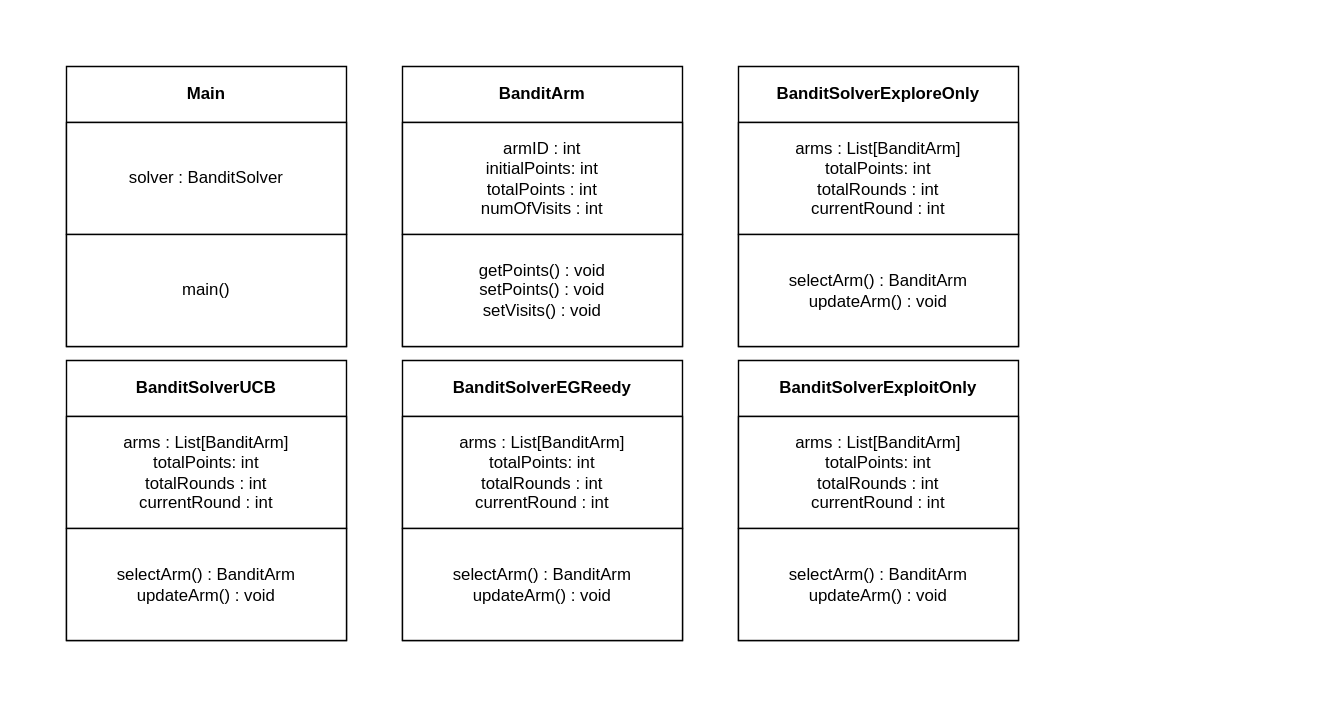
DanciuA004/Year3Project keeps this draw.io diagram as documents/Bandit UML.drawio. Above is the earlier version. Source tidied: cells renumbered, new cells numbered last; positions are measured from the earlier drawing's top-left corner, leaving out a move shared by most shapes. Both pictures are drawn from the tidied source at 140%, with x=0, y=0 at pixel (66, 66).
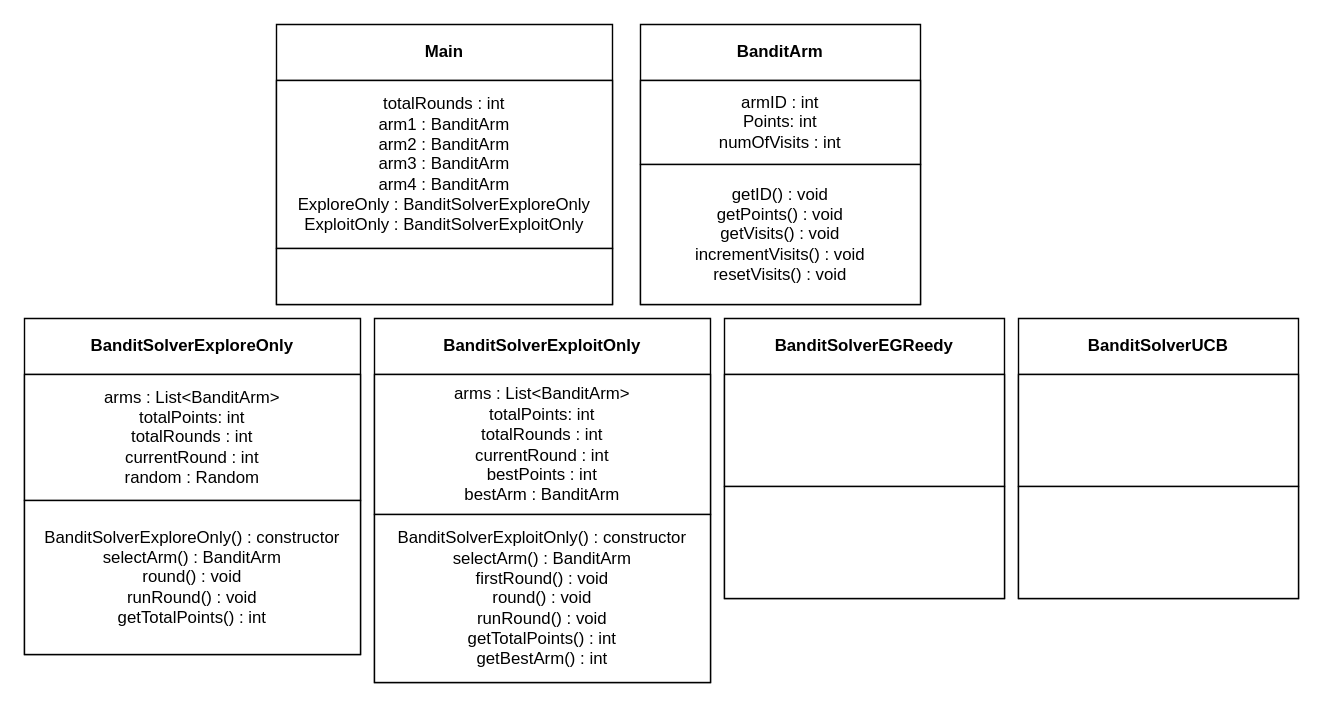
Above is the later version.

Commit message (it also covers changes not shown here):
Update the UML to current code and moved around some variables for aesthetics

Diff of the diagram source:
```diff
@@
 <mxGraphModel>
   <root>
     <mxCell id="0" />
     <mxCell id="1" parent="0" />
     <mxCell id="2" value="Main" style="swimlane;whiteSpace=wrap;html=1;startSize=40;" parent="1" vertex="1">
-      <mxGeometry width="200" height="200" as="geometry" />
+      <mxGeometry x="150" y="-30" width="240" height="200" as="geometry" />
     </mxCell>
-    <mxCell id="3" value="solver : BanditSolver" style="whiteSpace=wrap;html=1;" parent="2" vertex="1">
-      <mxGeometry y="40" width="200" height="80" as="geometry" />
+    <mxCell id="3" value="totalRounds : int&lt;br&gt;arm1 : BanditArm&lt;br&gt;arm2 : BanditArm&lt;br&gt;arm3 : BanditArm&lt;br&gt;arm4 : BanditArm&lt;br&gt;ExploreOnly :&amp;nbsp;BanditSolverExploreOnly&lt;br&gt;ExploitOnly : BanditSolverExploitOnly" style="whiteSpace=wrap;html=1;" parent="2" vertex="1">
+      <mxGeometry y="40" width="240" height="120" as="geometry" />
     </mxCell>
-    <mxCell id="4" value="main()" style="whiteSpace=wrap;html=1;" parent="2" vertex="1">
-      <mxGeometry y="120" width="200" height="80" as="geometry" />
+    <mxCell id="4" style="whiteSpace=wrap;html=1;" parent="2" vertex="1">
+      <mxGeometry y="160" width="240" height="40" as="geometry" />
     </mxCell>
     <mxCell id="5" value="BanditArm" style="swimlane;whiteSpace=wrap;html=1;startSize=40;" parent="1" vertex="1">
-      <mxGeometry x="240" width="200" height="200" as="geometry" />
+      <mxGeometry x="410" y="-30" width="200" height="200" as="geometry" />
     </mxCell>
-    <mxCell id="6" value="armID : int&lt;br&gt;initialPoints: int&lt;br&gt;totalPoints : int&lt;br&gt;numOfVisits : int" style="whiteSpace=wrap;html=1;" parent="5" vertex="1">
-      <mxGeometry y="40" width="200" height="80" as="geometry" />
+    <mxCell id="6" value="armID : int&lt;br&gt;Points: int&lt;br&gt;numOfVisits : int" style="whiteSpace=wrap;html=1;" parent="5" vertex="1">
+      <mxGeometry y="40" width="200" height="60" as="geometry" />
     </mxCell>
-    <mxCell id="7" value="getPoints() : void&lt;br&gt;setPoints() : void&lt;br&gt;setVisits() : void" style="whiteSpace=wrap;html=1;" parent="5" vertex="1">
-      <mxGeometry y="120" width="200" height="80" as="geometry" />
+    <mxCell id="7" value="getID() : void&lt;br&gt;getPoints() : void&lt;br&gt;getVisits() : void&lt;br&gt;incrementVisits() : void&lt;br&gt;resetVisits() : void" style="whiteSpace=wrap;html=1;" parent="5" vertex="1">
+      <mxGeometry y="100" width="200" height="100" as="geometry" />
     </mxCell>
     <mxCell id="8" value="BanditSolverExploreOnly" style="swimlane;whiteSpace=wrap;html=1;startSize=40;" parent="1" vertex="1">
-      <mxGeometry x="480" width="200" height="200" as="geometry" />
+      <mxGeometry x="-30" y="180" width="240" height="240" as="geometry" />
     </mxCell>
-    <mxCell id="9" value="arms : List[BanditArm]&lt;br&gt;totalPoints: int&lt;br&gt;totalRounds : int&lt;br&gt;currentRound : int" style="whiteSpace=wrap;html=1;" parent="8" vertex="1">
-      <mxGeometry y="40" width="200" height="80" as="geometry" />
+    <mxCell id="9" value="arms : List&amp;lt;BanditArm&amp;gt;&lt;br&gt;totalPoints: int&lt;br&gt;totalRounds : int&lt;br&gt;currentRound : int&lt;br&gt;random : Random" style="whiteSpace=wrap;html=1;" parent="8" vertex="1">
+      <mxGeometry y="40" width="240" height="90" as="geometry" />
     </mxCell>
-    <mxCell id="10" value="selectArm() : BanditArm&lt;br&gt;updateArm() : void" style="whiteSpace=wrap;html=1;" parent="8" vertex="1">
-      <mxGeometry y="120" width="200" height="80" as="geometry" />
+    <mxCell id="10" value="BanditSolverExploreOnly() : constructor&lt;br&gt;selectArm() : BanditArm&lt;br&gt;round() : void&lt;br&gt;runRound() : void&lt;br&gt;getTotalPoints() : int" style="whiteSpace=wrap;html=1;" parent="8" vertex="1">
+      <mxGeometry y="130" width="240" height="110" as="geometry" />
     </mxCell>
     <mxCell id="11" value="BanditSolverEGReedy" style="swimlane;whiteSpace=wrap;html=1;startSize=40;" parent="1" vertex="1">
-      <mxGeometry x="240" y="210" width="200" height="200" as="geometry" />
+      <mxGeometry x="470" y="180" width="200" height="200" as="geometry" />
     </mxCell>
-    <mxCell id="12" value="arms : List[BanditArm]&lt;br&gt;totalPoints: int&lt;br&gt;totalRounds : int&lt;br&gt;currentRound : int" style="whiteSpace=wrap;html=1;" parent="11" vertex="1">
+    <mxCell id="12" style="whiteSpace=wrap;html=1;" parent="11" vertex="1">
       <mxGeometry y="40" width="200" height="80" as="geometry" />
     </mxCell>
-    <mxCell id="13" value="selectArm() : BanditArm&lt;br&gt;updateArm() : void" style="whiteSpace=wrap;html=1;" parent="11" vertex="1">
+    <mxCell id="13" style="whiteSpace=wrap;html=1;" parent="11" vertex="1">
       <mxGeometry y="120" width="200" height="80" as="geometry" />
     </mxCell>
     <mxCell id="14" value="BanditSolverUCB" style="swimlane;whiteSpace=wrap;html=1;startSize=40;" parent="1" vertex="1">
-      <mxGeometry y="210" width="200" height="200" as="geometry" />
+      <mxGeometry x="680" y="180" width="200" height="200" as="geometry" />
     </mxCell>
-    <mxCell id="15" value="arms : List[BanditArm]&lt;br&gt;totalPoints: int&lt;br&gt;totalRounds : int&lt;br&gt;currentRound : int" style="whiteSpace=wrap;html=1;" parent="14" vertex="1">
+    <mxCell id="15" style="whiteSpace=wrap;html=1;" parent="14" vertex="1">
       <mxGeometry y="40" width="200" height="80" as="geometry" />
     </mxCell>
-    <mxCell id="16" value="selectArm() : BanditArm&lt;br&gt;updateArm() : void" style="whiteSpace=wrap;html=1;" parent="14" vertex="1">
+    <mxCell id="16" style="whiteSpace=wrap;html=1;" parent="14" vertex="1">
       <mxGeometry y="120" width="200" height="80" as="geometry" />
     </mxCell>
     <mxCell id="17" value="BanditSolverExploitOnly" style="swimlane;whiteSpace=wrap;html=1;startSize=40;" parent="1" vertex="1">
-      <mxGeometry x="480" y="210" width="200" height="200" as="geometry" />
+      <mxGeometry x="220" y="180" width="240" height="260" as="geometry" />
     </mxCell>
-    <mxCell id="18" value="arms : List[BanditArm]&lt;br&gt;totalPoints: int&lt;br&gt;totalRounds : int&lt;br&gt;currentRound : int" style="whiteSpace=wrap;html=1;" parent="17" vertex="1">
-      <mxGeometry y="40" width="200" height="80" as="geometry" />
+    <mxCell id="18" value="arms : List&amp;lt;BanditArm&amp;gt;&lt;br&gt;totalPoints: int&lt;br&gt;totalRounds : int&lt;br&gt;currentRound : int&lt;br&gt;bestPoints : int&lt;br&gt;bestArm : BanditArm" style="whiteSpace=wrap;html=1;" parent="17" vertex="1">
+      <mxGeometry y="40" width="240" height="100" as="geometry" />
     </mxCell>
-    <mxCell id="19" value="selectArm() : BanditArm&lt;br&gt;updateArm() : void" style="whiteSpace=wrap;html=1;" parent="17" vertex="1">
-      <mxGeometry y="120" width="200" height="80" as="geometry" />
+    <mxCell id="19" value="BanditSolverExploitOnly() : constructor&lt;br&gt;selectArm() : BanditArm&lt;br&gt;firstRound() : void&lt;br&gt;round() : void&lt;br&gt;runRound() : void&lt;br&gt;getTotalPoints() : int&lt;br&gt;getBestArm() : int" style="whiteSpace=wrap;html=1;" parent="17" vertex="1">
+      <mxGeometry y="140" width="240" height="120" as="geometry" />
     </mxCell>
   </root>
 </mxGraphModel>
```
